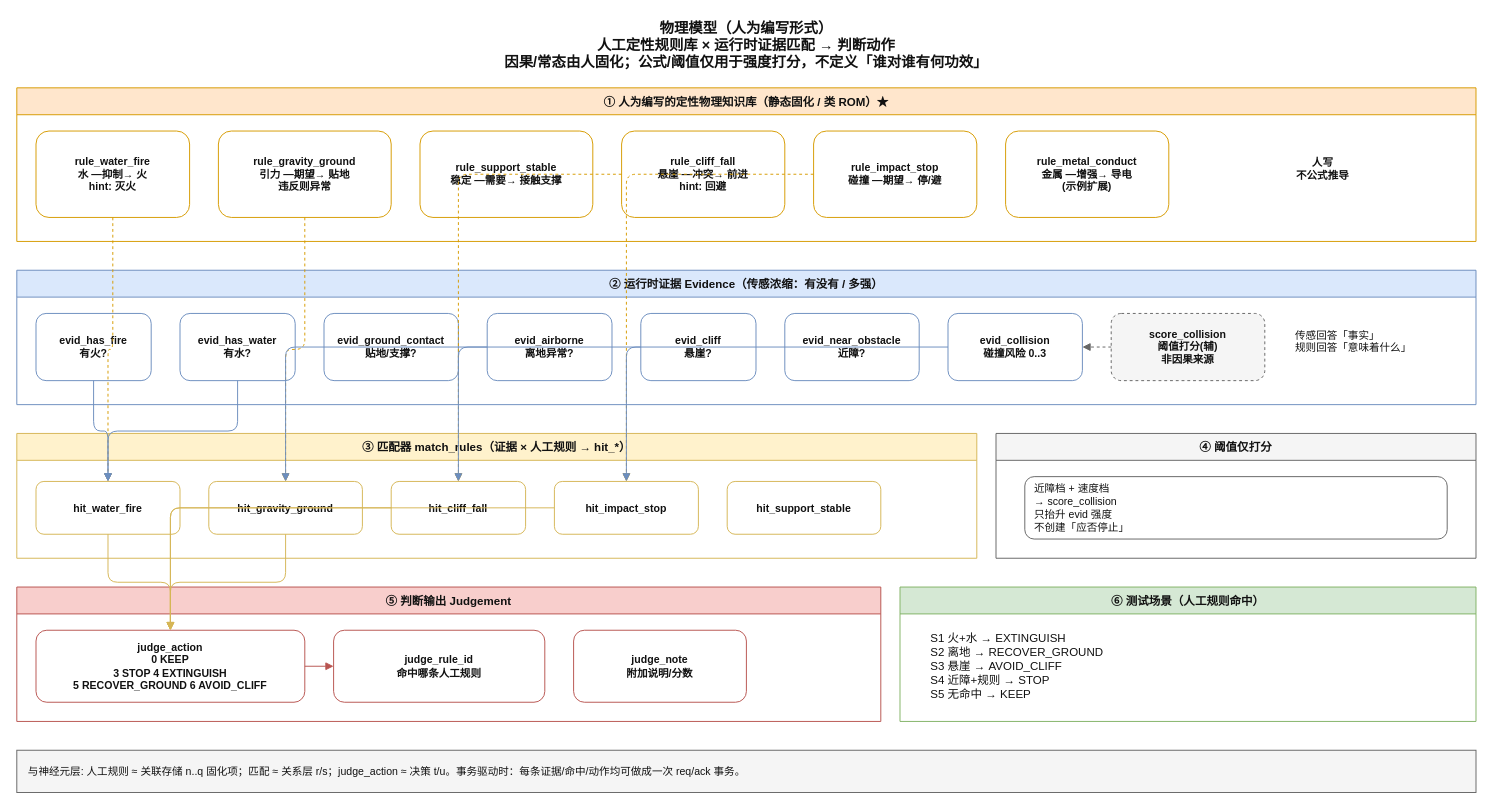
The draw.io diagram COREPROCESS/physical_model.drawio in hunghaocheng/clocklessEx, before the edit. Source tidied: cells renumbered, new cells numbered last; positions are measured from the earlier drawing's top-left corner, leaving out a move shared by most shapes. Both pictures are drawn from the tidied source at 96%, with x=0, y=0 at pixel (16, 16).
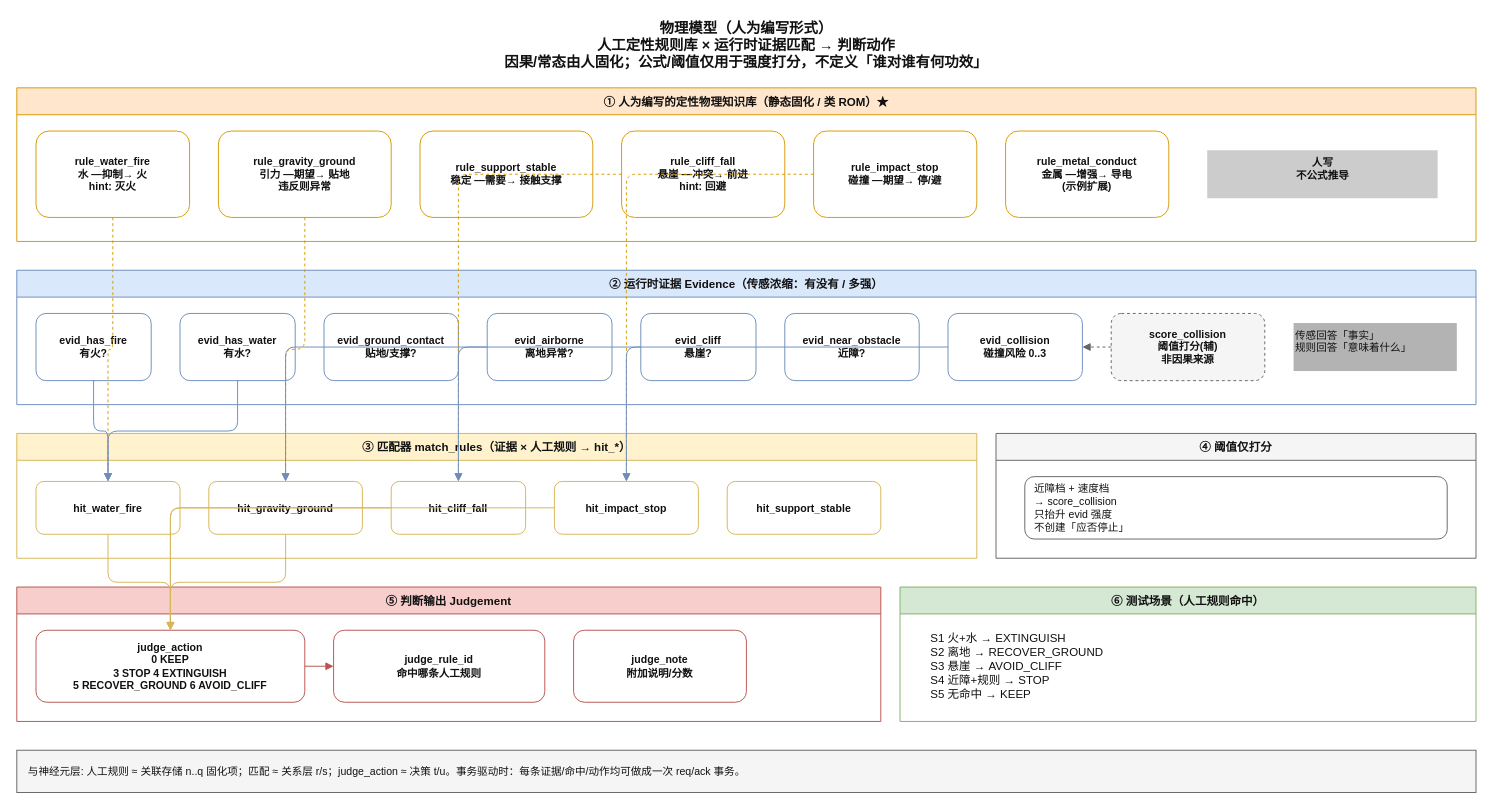
After the change.

What changed in the source:
```diff
@@
-    <mxCell id="10" value="人写&#10;不公式推导" style="text;html=1;strokeColor=none;fillColor=none;align=center;fontSize=11;fontStyle=1;fontColor=#111111;" parent="1" vertex="1">
+    <mxCell id="10" value="人写&#10;不公式推导" style="text;html=1;strokeColor=none;fillColor=#CCCCCC;align=center;fontSize=11;fontStyle=1;fontColor=#111111;" parent="1" vertex="1">
       <mxGeometry x="1240" y="139" width="240" height="50" as="geometry" />
     </mxCell>
@@
-    <mxCell id="20" value="传感回答「事实」&#10;规则回答「意味着什么」" style="text;html=1;strokeColor=none;fillColor=none;align=left;fontSize=11;fontColor=#111111;" parent="1" vertex="1">
+    <mxCell id="20" value="传感回答「事实」&#10;规则回答「意味着什么」" style="text;html=1;strokeColor=none;fillColor=#B3B3B3;align=left;fontSize=11;fontColor=#111111;" parent="1" vertex="1">
       <mxGeometry x="1330" y="319" width="170" height="50" as="geometry" />
     </mxCell>
```
